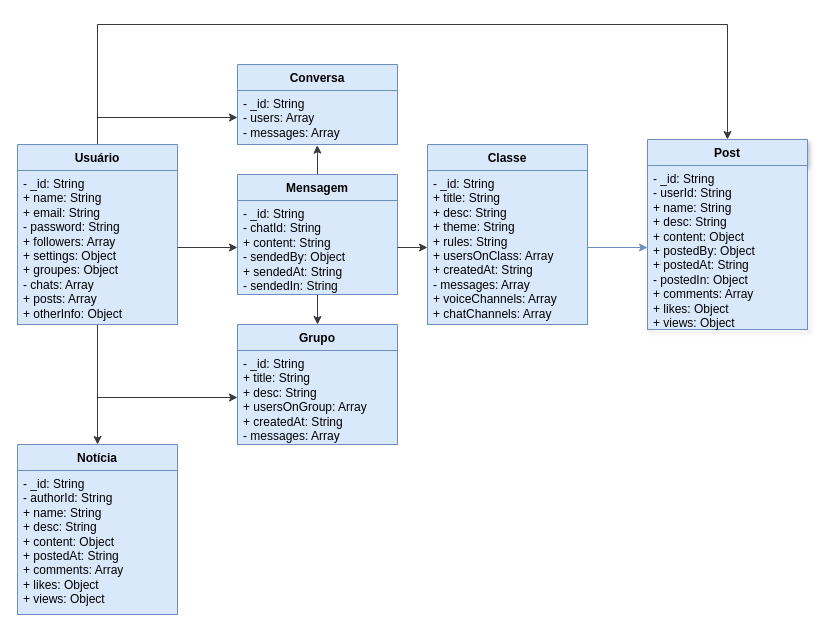
The draw.io diagram diagrama_de_classes.drawio in UNetwork-TCC/UNetwork-Assets, before the edit. Source tidied: cells renumbered, new cells numbered last; positions are measured from the earlier drawing's top-left corner, leaving out a move shared by most shapes. Both pictures are drawn from the tidied source at 100%, with x=0, y=0 at pixel (17, 24).
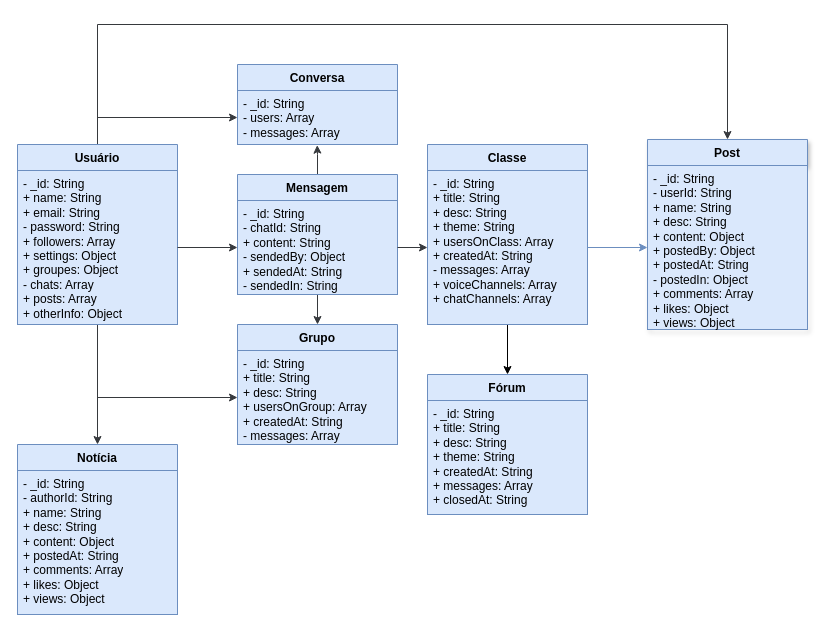
Above is the later version.

The change refers to these unchanged cells:
```xml
<mxCell id="18" value="Classe&lt;br&gt;" style="swimlane;fontStyle=1;align=center;verticalAlign=top;horizontal=1;startSize=26;whiteSpace=wrap;html=1;fillColor=#dae8fc;strokeColor=#6c8ebf;" parent="1" vertex="1">
  <mxGeometry x="410" y="120" width="160" height="180" as="geometry" />
</mxCell>
```

Diff of the diagram source:
```diff
@@
+    <mxCell id="25" style="edgeStyle=orthogonalEdgeStyle;rounded=0;jettySize=auto;html=1;entryX=0.5;entryY=0;entryDx=0;entryDy=0;" parent="1" edge="1" source="18" target="26">
+      <mxGeometry relative="1" as="geometry" />
+    </mxCell>
@@
-    <mxCell id="19" value="- _id: String&lt;br&gt;+ title: String&lt;br&gt;+ desc: String&lt;br&gt;+ theme: String&lt;br&gt;+ rules: String&lt;br&gt;+ usersOnClass: Array&lt;br&gt;+ createdAt: String&lt;br&gt;- messages: Array&lt;br&gt;+ voiceChannels: Array&lt;br&gt;+ chatChannels: Array" style="text;strokeColor=#6c8ebf;fillColor=#dae8fc;align=left;verticalAlign=top;spacingLeft=4;spacingRight=4;overflow=hidden;points=[[0,0.5],[1,0.5]];portConstraint=eastwest;whiteSpace=wrap;html=1;" parent="18" vertex="1">
+    <mxCell id="19" value="- _id: String&lt;br&gt;+ title: String&lt;br&gt;+ desc: String&lt;br&gt;+ theme: String&lt;br&gt;+ usersOnClass: Array&lt;br&gt;+ createdAt: String&lt;br&gt;- messages: Array&lt;br&gt;+ voiceChannels: Array&lt;br&gt;+ chatChannels: Array" style="text;strokeColor=#6c8ebf;fillColor=#dae8fc;align=left;verticalAlign=top;spacingLeft=4;spacingRight=4;overflow=hidden;points=[[0,0.5],[1,0.5]];portConstraint=eastwest;whiteSpace=wrap;html=1;" parent="18" vertex="1">
       <mxGeometry y="26" width="160" height="154" as="geometry" />
     </mxCell>
@@
+    <mxCell id="26" value="Fórum" style="swimlane;fontStyle=1;align=center;verticalAlign=top;horizontal=1;startSize=26;whiteSpace=wrap;html=1;fillColor=#dae8fc;strokeColor=#6c8ebf;" parent="1" vertex="1">
+      <mxGeometry x="410" y="350" width="160" height="140" as="geometry" />
+    </mxCell>
+    <mxCell id="27" value="- _id: String&lt;br&gt;+ title: String&lt;br&gt;+ desc: String&lt;br&gt;+ theme: String&lt;br&gt;+ createdAt: String&lt;br&gt;+ messages: Array&lt;br&gt;+ closedAt: String&lt;br&gt;" style="text;strokeColor=#6c8ebf;fillColor=#dae8fc;align=left;verticalAlign=top;spacingLeft=4;spacingRight=4;overflow=hidden;whiteSpace=wrap;html=1;" parent="26" vertex="1">
+      <mxGeometry y="26" width="160" height="114" as="geometry" />
+    </mxCell>
```
